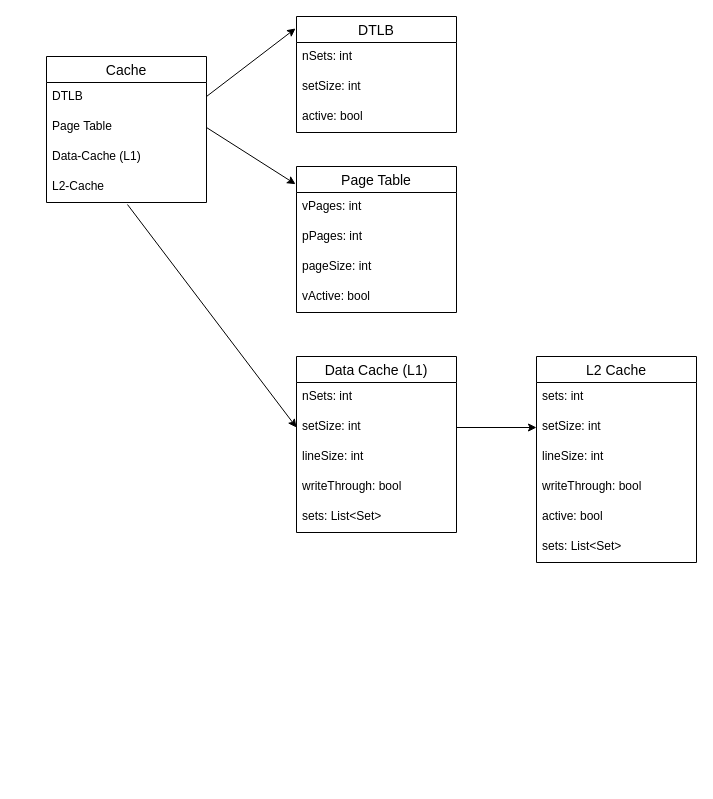
fdac21/TeamTLS keeps this draw.io diagram as cosc530/pa_1/MemHierER.drawio. Above is the earlier version. Source tidied: cells renumbered, new cells numbered last; positions are measured from the earlier drawing's top-left corner, leaving out a move shared by most shapes. Both pictures are drawn from the tidied source at 100%, with x=0, y=0 at pixel (46, 16).
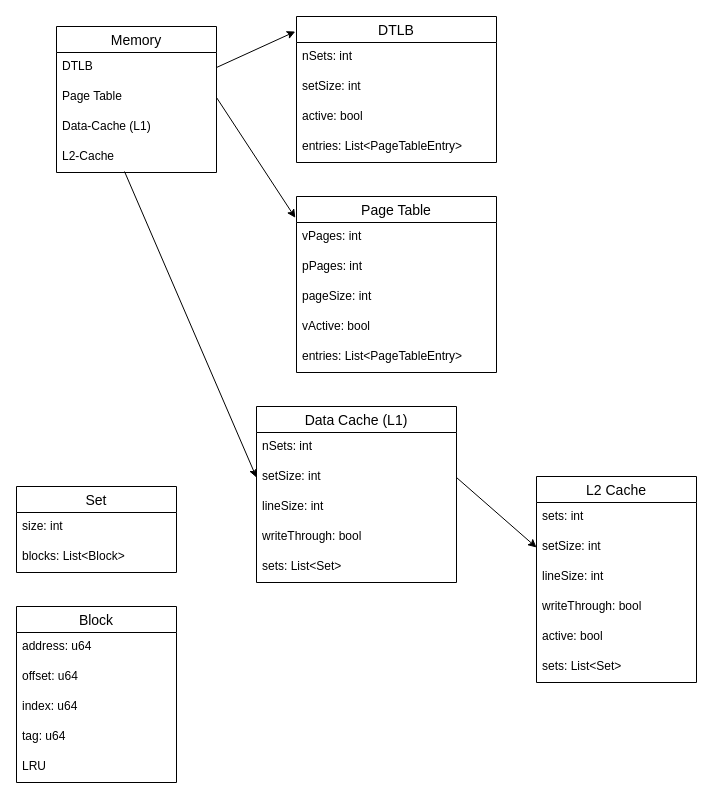
After the change.

Unchanged cells that the change refers to:
```xml
<mxCell id="3" value="DTLB" style="text;strokeColor=none;fillColor=none;spacingLeft=4;spacingRight=4;overflow=hidden;points=[[0,0.5],[1,0.5]];portConstraint=eastwest;fontSize=12;" parent="2" vertex="1">
  <mxGeometry y="26" width="160" height="30" as="geometry" />
</mxCell>
<mxCell id="6" value="L2-Cache" style="text;strokeColor=none;fillColor=none;spacingLeft=4;spacingRight=4;overflow=hidden;points=[[0,0.5],[1,0.5]];portConstraint=eastwest;fontSize=12;" parent="2" vertex="1">
  <mxGeometry y="116" width="160" height="30" as="geometry" />
</mxCell>
```

Change to the diagram source:
```diff
@@
-    <mxCell id="2" value="Cache" style="swimlane;fontStyle=0;horizontal=1;startSize=26;align=center;fontSize=14;" parent="1" vertex="1">
-      <mxGeometry y="40" width="160" height="146" as="geometry" />
+    <mxCell id="2" value="Memory" style="swimlane;fontStyle=0;horizontal=1;startSize=26;align=center;fontSize=14;" parent="1" vertex="1">
+      <mxGeometry x="10" y="10" width="160" height="146" as="geometry" />
     </mxCell>
@@
     <mxCell id="7" value="DTLB" style="swimlane;fontStyle=0;horizontal=1;startSize=26;align=center;fontSize=14;" parent="1" vertex="1">
-      <mxGeometry x="250" width="160" height="116" as="geometry" />
+      <mxGeometry x="250" width="200" height="146" as="geometry" />
     </mxCell>
     <mxCell id="8" value="nSets: int" style="text;strokeColor=none;fillColor=none;spacingLeft=4;spacingRight=4;overflow=hidden;fontSize=12;" parent="7" vertex="1">
-      <mxGeometry y="26" width="160" height="30" as="geometry" />
+      <mxGeometry y="26" width="200" height="30" as="geometry" />
     </mxCell>
     <mxCell id="9" value="setSize: int" style="text;strokeColor=none;fillColor=none;spacingLeft=4;spacingRight=4;overflow=hidden;fontSize=12;" parent="7" vertex="1">
-      <mxGeometry y="56" width="160" height="30" as="geometry" />
+      <mxGeometry y="56" width="200" height="30" as="geometry" />
     </mxCell>
     <mxCell id="10" value="active: bool" style="text;strokeColor=none;fillColor=none;spacingLeft=4;spacingRight=4;overflow=hidden;fontSize=12;" parent="7" vertex="1">
-      <mxGeometry y="86" width="160" height="30" as="geometry" />
+      <mxGeometry y="86" width="200" height="30" as="geometry" />
     </mxCell>
+    <mxCell id="33" value="entries: List&lt;PageTableEntry&gt;" style="text;strokeColor=none;fillColor=none;spacingLeft=4;spacingRight=4;overflow=hidden;fontSize=12;" parent="7" vertex="1">
+      <mxGeometry y="116" width="200" height="30" as="geometry" />
+    </mxCell>
-    <mxCell id="11" style="endArrow=classic;html=1;entryX=-0.006;entryY=0.103;entryDx=0;entryDy=0;entryPerimeter=0;" parent="1" edge="1" target="7">
-      <mxGeometry relative="1" as="geometry">
-        <mxPoint x="160" y="80" as="sourcePoint" />
-      </mxGeometry>
+    <mxCell id="11" style="endArrow=classic;html=1;entryX=-0.006;entryY=0.103;entryDx=0;entryDy=0;entryPerimeter=0;exitX=1;exitY=0.5;exitDx=0;exitDy=0;" parent="1" edge="1" source="3" target="7">
+      <mxGeometry relative="1" as="geometry" />
     </mxCell>
     <mxCell id="12" value="Page Table" style="swimlane;fontStyle=0;horizontal=1;startSize=26;align=center;fontSize=14;" parent="1" vertex="1">
-      <mxGeometry x="250" y="150" width="160" height="146" as="geometry" />
+      <mxGeometry x="250" y="180" width="200" height="176" as="geometry" />
     </mxCell>
     <mxCell id="13" value="vPages: int" style="text;strokeColor=none;fillColor=none;spacingLeft=4;spacingRight=4;overflow=hidden;fontSize=12;" parent="12" vertex="1">
-      <mxGeometry y="26" width="160" height="30" as="geometry" />
+      <mxGeometry y="26" width="200" height="30" as="geometry" />
     </mxCell>
     <mxCell id="14" value="pPages: int" style="text;strokeColor=none;fillColor=none;spacingLeft=4;spacingRight=4;overflow=hidden;fontSize=12;" parent="12" vertex="1">
-      <mxGeometry y="56" width="160" height="30" as="geometry" />
+      <mxGeometry y="56" width="200" height="30" as="geometry" />
     </mxCell>
     <mxCell id="15" value="pageSize: int" style="text;strokeColor=none;fillColor=none;spacingLeft=4;spacingRight=4;overflow=hidden;fontSize=12;" parent="12" vertex="1">
-      <mxGeometry y="86" width="160" height="30" as="geometry" />
+      <mxGeometry y="86" width="200" height="30" as="geometry" />
     </mxCell>
     <mxCell id="16" value="vActive: bool" style="text;strokeColor=none;fillColor=none;spacingLeft=4;spacingRight=4;overflow=hidden;fontSize=12;" parent="12" vertex="1">
-      <mxGeometry y="116" width="160" height="30" as="geometry" />
+      <mxGeometry y="116" width="200" height="30" as="geometry" />
     </mxCell>
+    <mxCell id="34" value="entries: List&lt;PageTableEntry&gt;" style="text;strokeColor=none;fillColor=none;spacingLeft=4;spacingRight=4;overflow=hidden;fontSize=12;" parent="12" vertex="1">
+      <mxGeometry y="146" width="200" height="30" as="geometry" />
+    </mxCell>
@@
     <mxCell id="18" value="Data Cache (L1)" style="swimlane;fontStyle=0;horizontal=1;startSize=26;align=center;fontSize=14;" parent="1" vertex="1">
-      <mxGeometry x="250" y="340" width="160" height="176" as="geometry" />
+      <mxGeometry x="210" y="390" width="200" height="176" as="geometry" />
     </mxCell>
     <mxCell id="19" value="nSets: int" style="text;strokeColor=none;fillColor=none;spacingLeft=4;spacingRight=4;overflow=hidden;fontSize=12;" parent="18" vertex="1">
-      <mxGeometry y="26" width="160" height="30" as="geometry" />
+      <mxGeometry y="26" width="200" height="30" as="geometry" />
     </mxCell>
     <mxCell id="20" value="setSize: int" style="text;strokeColor=none;fillColor=none;spacingLeft=4;spacingRight=4;overflow=hidden;points=[[0,0.5],[1,0.5]];portConstraint=eastwest;fontSize=12;" parent="18" vertex="1">
-      <mxGeometry y="56" width="160" height="30" as="geometry" />
+      <mxGeometry y="56" width="200" height="30" as="geometry" />
     </mxCell>
     <mxCell id="21" value="lineSize: int" style="text;strokeColor=none;fillColor=none;spacingLeft=4;spacingRight=4;overflow=hidden;fontSize=12;" parent="18" vertex="1">
-      <mxGeometry y="86" width="160" height="30" as="geometry" />
+      <mxGeometry y="86" width="200" height="30" as="geometry" />
     </mxCell>
     <mxCell id="22" value="writeThrough: bool" style="text;strokeColor=none;fillColor=none;spacingLeft=4;spacingRight=4;overflow=hidden;fontSize=12;" parent="18" vertex="1">
-      <mxGeometry y="116" width="160" height="30" as="geometry" />
+      <mxGeometry y="116" width="200" height="30" as="geometry" />
     </mxCell>
     <mxCell id="23" value="sets: List&lt;Set&gt;" style="text;strokeColor=none;fillColor=none;spacingLeft=4;spacingRight=4;overflow=hidden;fontSize=12;" parent="18" vertex="1">
-      <mxGeometry y="146" width="160" height="30" as="geometry" />
+      <mxGeometry y="146" width="200" height="30" as="geometry" />
     </mxCell>
@@
-    <mxCell id="25" style="endArrow=classic;html=1;entryX=0;entryY=0.5;entryDx=0;entryDy=0;exitX=0.506;exitY=1.067;exitDx=0;exitDy=0;exitPerimeter=0;" parent="1" edge="1" source="6" target="20">
+    <mxCell id="25" style="endArrow=classic;html=1;entryX=0;entryY=0.5;entryDx=0;entryDy=0;exitX=0.425;exitY=0.967;exitDx=0;exitDy=0;exitPerimeter=0;" parent="1" edge="1" source="6" target="20">
       <mxGeometry relative="1" as="geometry" />
     </mxCell>
     <mxCell id="26" value="L2 Cache" style="swimlane;fontStyle=0;horizontal=1;startSize=26;align=center;fontSize=14;" parent="1" vertex="1">
-      <mxGeometry x="490" y="340" width="160" height="206" as="geometry" />
+      <mxGeometry x="490" y="460" width="160" height="206" as="geometry" />
     </mxCell>
@@
+    <mxCell id="35" value="Set" style="swimlane;fontStyle=0;horizontal=1;startSize=26;align=center;fontSize=14;" parent="1" vertex="1">
+      <mxGeometry x="-30" y="470" width="160" height="86" as="geometry" />
+    </mxCell>
+    <mxCell id="36" value="size: int" style="text;strokeColor=none;fillColor=none;spacingLeft=4;spacingRight=4;overflow=hidden;fontSize=12;" parent="35" vertex="1">
+      <mxGeometry y="26" width="160" height="30" as="geometry" />
+    </mxCell>
+    <mxCell id="37" value="blocks: List&lt;Block&gt;" style="text;strokeColor=none;fillColor=none;spacingLeft=4;spacingRight=4;overflow=hidden;fontSize=12;" parent="35" vertex="1">
+      <mxGeometry y="56" width="160" height="30" as="geometry" />
+    </mxCell>
+    <mxCell id="38" value="Block" style="swimlane;fontStyle=0;horizontal=1;startSize=26;align=center;fontSize=14;" parent="1" vertex="1">
+      <mxGeometry x="-30" y="590" width="160" height="176" as="geometry" />
+    </mxCell>
+    <mxCell id="39" value="address: u64" style="text;strokeColor=none;fillColor=none;spacingLeft=4;spacingRight=4;overflow=hidden;fontSize=12;" parent="38" vertex="1">
+      <mxGeometry y="26" width="160" height="30" as="geometry" />
+    </mxCell>
+    <mxCell id="40" value="offset: u64" style="text;strokeColor=none;fillColor=none;spacingLeft=4;spacingRight=4;overflow=hidden;fontSize=12;" parent="38" vertex="1">
+      <mxGeometry y="56" width="160" height="30" as="geometry" />
+    </mxCell>
+    <mxCell id="41" value="index: u64" style="text;strokeColor=none;fillColor=none;spacingLeft=4;spacingRight=4;overflow=hidden;fontSize=12;" parent="38" vertex="1">
+      <mxGeometry y="86" width="160" height="30" as="geometry" />
+    </mxCell>
+    <mxCell id="42" value="tag: u64" style="text;strokeColor=none;fillColor=none;spacingLeft=4;spacingRight=4;overflow=hidden;fontSize=12;" parent="38" vertex="1">
+      <mxGeometry y="116" width="160" height="30" as="geometry" />
+    </mxCell>
+    <mxCell id="43" value="LRU" style="text;strokeColor=none;fillColor=none;spacingLeft=4;spacingRight=4;overflow=hidden;fontSize=12;" parent="38" vertex="1">
+      <mxGeometry y="146" width="160" height="30" as="geometry" />
+    </mxCell>
```
